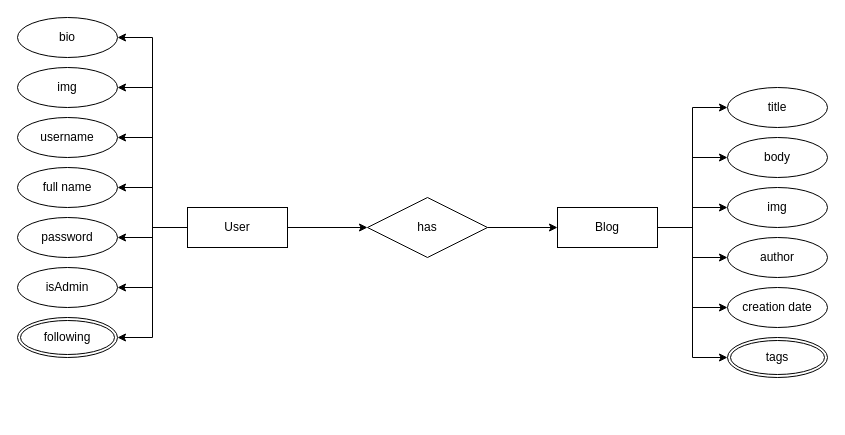
The draw.io diagram blog.drawio in MhmodTayel/BlogsProject, before the edit. Source tidied: cells renumbered, new cells numbered last; positions are measured from the earlier drawing's top-left corner, leaving out a move shared by most shapes. Both pictures are drawn from the tidied source at 100%, with x=0, y=0 at pixel (17, 17).
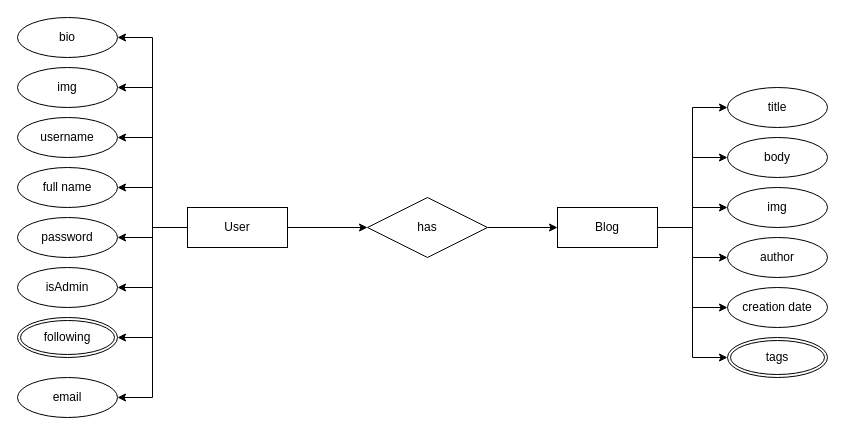
After the change.

The change refers to these unchanged cells:
```xml
<mxCell id="10" value="User" style="whiteSpace=wrap;html=1;align=center;" parent="1" vertex="1">
  <mxGeometry x="170" y="190" width="100" height="40" as="geometry" />
</mxCell>
```

The edit, as a diff of the source:
```diff
@@
+    <mxCell id="33" style="edgeStyle=orthogonalEdgeStyle;rounded=0;jettySize=auto;html=1;exitX=0;exitY=0.5;exitDx=0;exitDy=0;entryX=1;entryY=0.5;entryDx=0;entryDy=0;" parent="1" edge="1" source="10" target="34">
+      <mxGeometry relative="1" as="geometry" />
+    </mxCell>
@@
+    <mxCell id="34" value="email" style="ellipse;whiteSpace=wrap;html=1;align=center;" parent="1" vertex="1">
+      <mxGeometry y="360" width="100" height="40" as="geometry" />
+    </mxCell>
```
